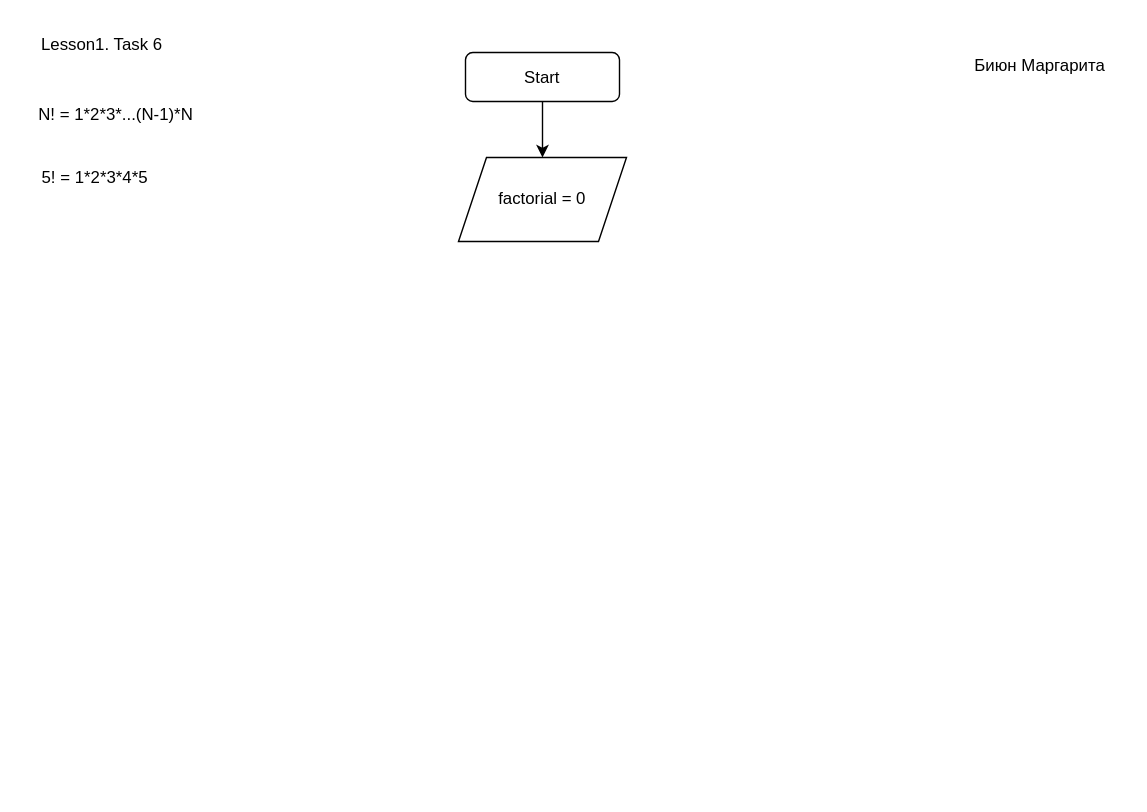
Above: page "Lesson1.Task6" (3 of 3) of Homework6/9/22.drawio in margobiyun/python (draw.io), before the change. Source tidied: cells renumbered, new cells numbered last; positions are measured from the earlier drawing's top-left corner, leaving out a move shared by most shapes. Both pictures are drawn from the tidied source at 140%, with x=0, y=0 at pixel (24, 24).
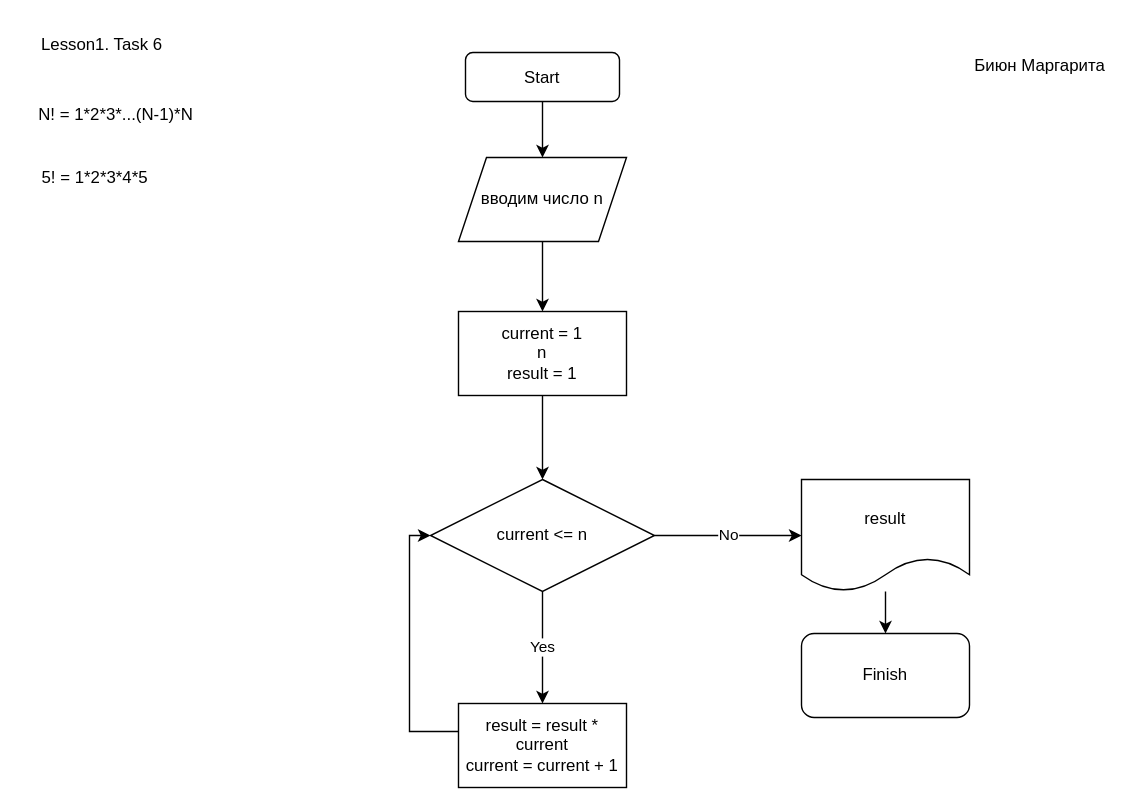
The same page after the edit.

The change refers to these unchanged cells:
```xml
<mxCell id="7" value="Start&lt;br&gt;" style="rounded=1;whiteSpace=wrap;html=1;" parent="1" vertex="1">
  <mxGeometry x="315" y="20" width="110" height="35" as="geometry" />
</mxCell>
```

The edit, as a diff of the source:
```diff
@@
-    <mxCell id="6" style="edgeStyle=orthogonalEdgeStyle;rounded=0;jettySize=auto;html=1;entryX=0.5;entryY=0;entryDx=0;entryDy=0;" parent="1" edge="1" source="7" target="8">
-      <mxGeometry relative="1" as="geometry" />
-    </mxCell>
+    <mxCell id="9" style="edgeStyle=orthogonalEdgeStyle;rounded=0;jettySize=auto;html=1;" parent="1" edge="1" source="7" target="21">
+      <mxGeometry relative="1" as="geometry" />
+    </mxCell>
@@
-    <mxCell id="8" value="factorial = 0&lt;br&gt;" style="shape=parallelogram;perimeter=parallelogramPerimeter;whiteSpace=wrap;html=1;fixedSize=1;" parent="1" vertex="1">
-      <mxGeometry x="310" y="95" width="120" height="60" as="geometry" />
-    </mxCell>
+    <mxCell id="10" value="Yes" style="edgeStyle=orthogonalEdgeStyle;rounded=0;jettySize=auto;html=1;startArrow=none;entryX=0.5;entryY=0;entryDx=0;entryDy=0;" parent="1" edge="1" source="14" target="16">
+      <mxGeometry relative="1" as="geometry" />
+    </mxCell>
+    <mxCell id="11" style="edgeStyle=orthogonalEdgeStyle;rounded=0;jettySize=auto;html=1;" parent="1" edge="1" source="12" target="14">
+      <mxGeometry relative="1" as="geometry" />
+    </mxCell>
+    <mxCell id="12" value="current = 1&lt;br&gt;n&lt;br&gt;result = 1" style="whiteSpace=wrap;html=1;" parent="1" vertex="1">
+      <mxGeometry x="310" y="205" width="120" height="60" as="geometry" />
+    </mxCell>
+    <mxCell id="13" value="No" style="edgeStyle=orthogonalEdgeStyle;rounded=0;jettySize=auto;html=1;" parent="1" edge="1" source="14" target="18">
+      <mxGeometry relative="1" as="geometry" />
+    </mxCell>
+    <mxCell id="14" value="current &amp;lt;= n" style="rhombus;whiteSpace=wrap;html=1;rounded=0;" parent="1" vertex="1">
+      <mxGeometry x="290" y="325" width="160" height="80" as="geometry" />
+    </mxCell>
+    <mxCell id="15" style="edgeStyle=orthogonalEdgeStyle;rounded=0;jettySize=auto;html=1;entryX=0;entryY=0.5;entryDx=0;entryDy=0;" parent="1" edge="1" source="16" target="14">
+      <mxGeometry relative="1" as="geometry">
+        <Array as="points">
+          <mxPoint x="275" y="505" />
+          <mxPoint x="275" y="365" />
+        </Array>
+      </mxGeometry>
+    </mxCell>
+    <mxCell id="16" value="result = result * current&lt;br&gt;current = current + 1" style="whiteSpace=wrap;html=1;" parent="1" vertex="1">
+      <mxGeometry x="310" y="485" width="120" height="60" as="geometry" />
+    </mxCell>
+    <mxCell id="17" style="edgeStyle=orthogonalEdgeStyle;rounded=0;jettySize=auto;html=1;entryX=0.5;entryY=0;entryDx=0;entryDy=0;" parent="1" edge="1" source="18" target="19">
+      <mxGeometry relative="1" as="geometry" />
+    </mxCell>
+    <mxCell id="18" value="result" style="shape=document;whiteSpace=wrap;html=1;boundedLbl=1;rounded=0;" parent="1" vertex="1">
+      <mxGeometry x="555" y="325" width="120" height="80" as="geometry" />
+    </mxCell>
+    <mxCell id="19" value="Finish" style="rounded=1;whiteSpace=wrap;html=1;" parent="1" vertex="1">
+      <mxGeometry x="555" y="435" width="120" height="60" as="geometry" />
+    </mxCell>
+    <mxCell id="20" style="edgeStyle=orthogonalEdgeStyle;rounded=0;jettySize=auto;html=1;" parent="1" edge="1" source="21" target="12">
+      <mxGeometry relative="1" as="geometry" />
+    </mxCell>
+    <mxCell id="21" value="вводим число n" style="shape=parallelogram;perimeter=parallelogramPerimeter;whiteSpace=wrap;html=1;fixedSize=1;" parent="1" vertex="1">
+      <mxGeometry x="310" y="95" width="120" height="60" as="geometry" />
+    </mxCell>
```
